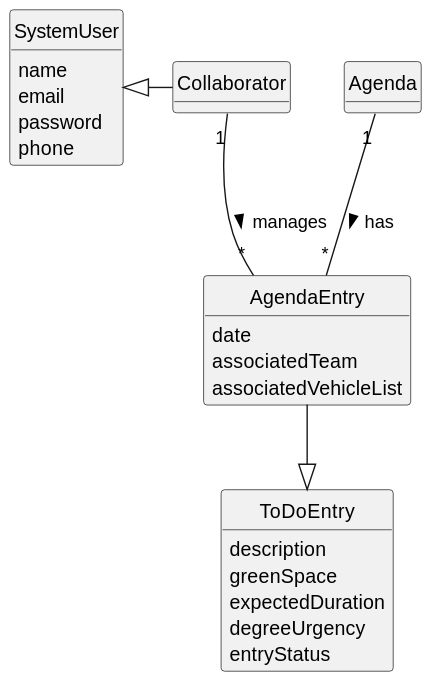
Departamento-de-Engenharia-Informatica/lei-24-s2-1do-g164 keeps this PlantUML diagram as docs/sprintC/us029/02.analysis/svg/us029-domain-model-0.svg. Above is the earlier version.
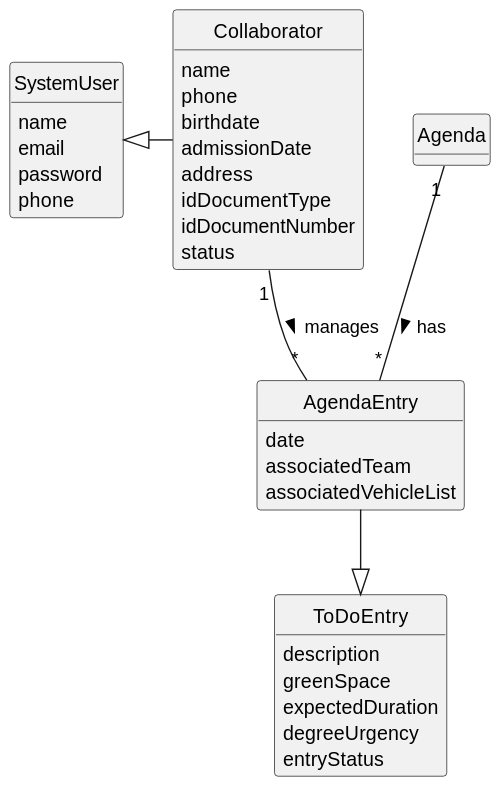
After the commit.

The edit, as a diff of the source:
```diff
@@ -19,7 +19,14 @@
 
 }
 class Collaborator {
-
+    name
+    phone
+    birthdate
+    admissionDate
+    address
+    idDocumentType
+    idDocumentNumber
+    status
 }
 
 
```
